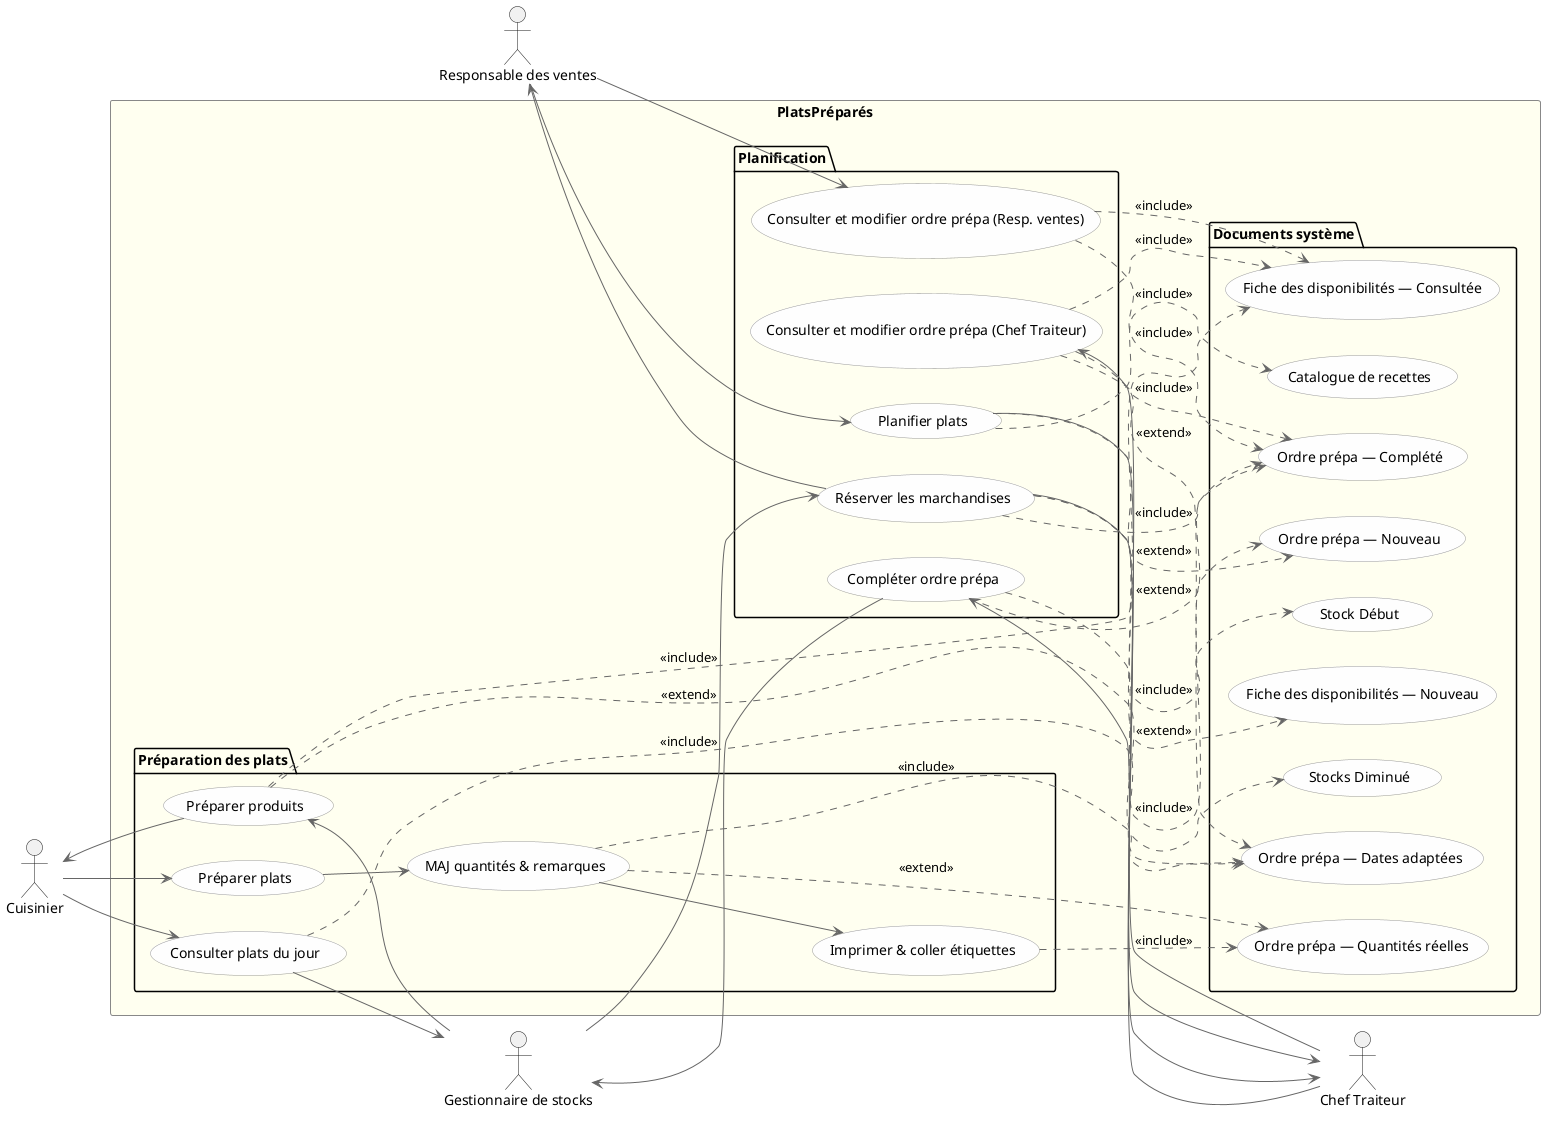
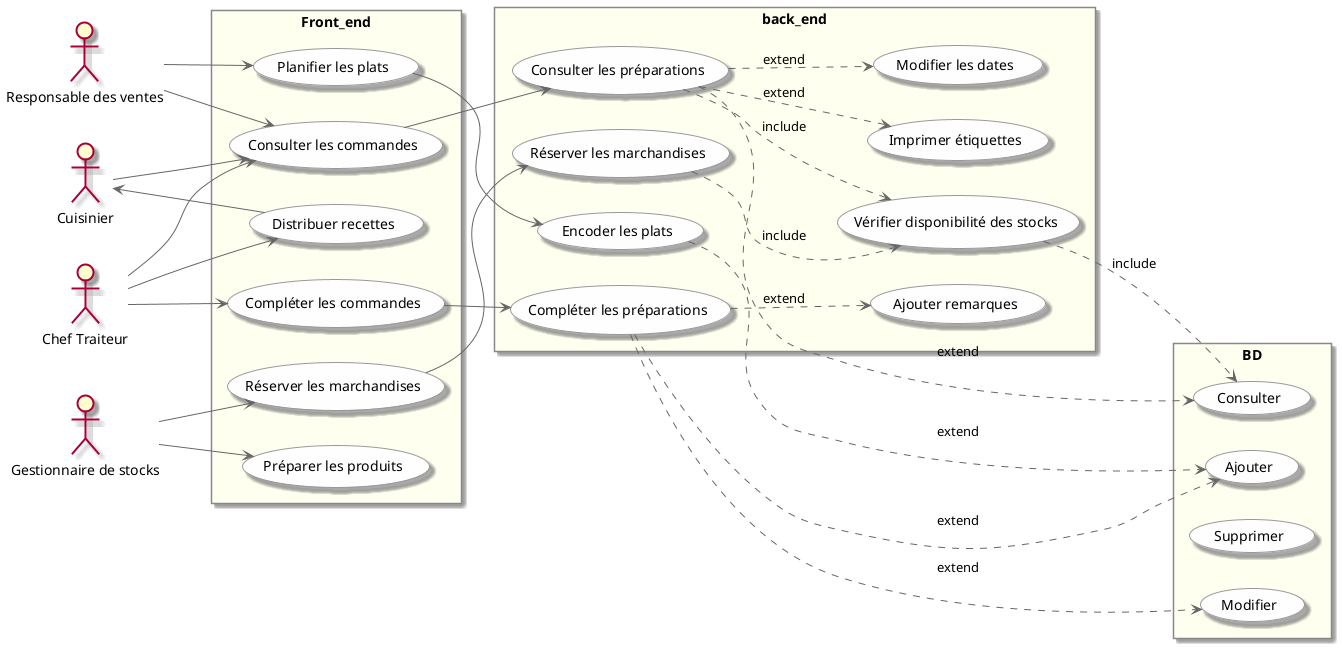
@startuml
- skinparam skin rose
+ skin rose
skinparam usecase {
  BackgroundColor #FEFEFE
  BorderColor #999999
  ArrowColor #666666
  ActorBorderColor #555555
}
skinparam rectangle {
  BorderColor #888888
  BackgroundColor #FFFFF0
}

left to right direction

- ' ─────────────────────────────────────────
- ' Acteurs
- ' ─────────────────────────────────────────
+ 
actor "Responsable des ventes"  as RV
actor "Chef Traiteur"           as CT
actor "Gestionnaire de stocks"  as GS
actor "Cuisinier"               as CU

- ' ─────────────────────────────────────────
- rectangle PlatsPréparés {

-   ' ── Sous-processus 1 : Planification ──
-   package "Planification" {
-     usecase "Planifier plats"                                    as U1
-     usecase "Compléter ordre prépa"                              as U2
-     usecase "Réserver les marchandises"                          as U3
-     usecase "Consulter et modifier ordre prépa (Chef Traiteur)"  as U4
-     usecase "Consulter et modifier ordre prépa (Resp. ventes)"   as U5
-   }
+ rectangle Front_end {
+ (Planifier les plats) as PP
+ (Préparer les produits) as PP2
+ (Consulter les commandes) as CC
+ (Compléter les commandes) as CC2
+ (Réserver les marchandises) as RM
+ (Distribuer recettes) as DR

-   ' ── Sous-processus 2 : Préparation ──
-   package "Préparation des plats" {
-     usecase "Consulter plats du jour"          as V1
-     usecase "Préparer produits"                as V2
-     usecase "Préparer plats"                   as V3
-     usecase "MAJ quantités & remarques"        as V4
-     usecase "Imprimer & coller étiquettes"     as V5
-   }

-   ' ── Documents système (artifacts) ──
-   package "Documents système" {
-     usecase "Catalogue de recettes"            as D1
-     usecase "Ordre prépa — Nouveau"            as D2
-     usecase "Ordre prépa — Complété"           as D3
-     usecase "Ordre prépa — Dates adaptées"     as D4
-     usecase "Ordre prépa — Quantités réelles"  as D5
-     usecase "Stock Début"                      as D6
-     usecase "Fiche des disponibilités — Nouveau"   as D7
-     usecase "Fiche des disponibilités — Consultée" as D8
-     usecase "Stocks Diminué"                   as D9
-   }
+ RV --> PP
+ RV --> CC
+ CT --> CC
+ CT --> DR
+ GS --> RM
+ GS --> PP2
+ CT --> CC2
+ DR --> CU
+ CU --> CC
+ }

-   ' ─────────────────────────────────────
-   ' Relations acteurs → use cases
-   ' ─────────────────────────────────────
-   RV --> U1
-   U1 --> CT
-   CT --> U2
-   U2 --> GS
-   GS --> U3
-   U3 --> CT
-   U3 --> RV
-   CT --> U4
-   RV --> U5
+ rectangle back_end {
+ (Encoder les plats) as EP
+ (Consulter les préparations) as CP
+ (Compléter les préparations) as CP2
+ (Réserver les marchandises) as RM2
+ (Vérifier disponibilité des stocks) as VDS
+ (Modifier les dates) as MD
+ (Ajouter remarques) as AR
+ (Imprimer étiquettes) as IE
+ PP --> EP
+ CC --> CP
+ CC2 --> CP2
+ RM --> RM2
+ RM2 ..> VDS : include
+ CP ..> MD : extend
+ CP ..> VDS : include
+ CP2 ..> AR : extend
+ CP ..> IE : extend
+ }

-   CU --> V1
-   V1 --> GS
-   GS --> V2
-   V2 --> CU
-   CU --> V3
-   V3 --> V4
-   V4 --> V5
- 
-   ' ─────────────────────────────────────
-   ' Relations include / extend
-   ' ─────────────────────────────────────
-   ' Planification
-   U1 ..> D1 : <<include>>
-   U1 ..> D2 : <<extend>>
-   U2 ..> D2 : <<include>>
-   U2 ..> D3 : <<extend>>
-   U3 ..> D6 : <<include>>
-   U3 ..> D7 : <<extend>>
-   U3 ..> D3 : <<include>>
-   U4 ..> D3 : <<include>>
-   U4 ..> D8 : <<include>>
-   U4 ..> D4 : <<extend>>
-   U5 ..> D8 : <<include>>
-   U5 ..> D3 : <<include>>
- 
-   ' Préparation
-   V1 ..> D4 : <<include>>
-   V2 ..> D8 : <<include>>
-   V2 ..> D9 : <<extend>>
-   V4 ..> D4 : <<include>>
-   V4 ..> D5 : <<extend>>
-   V5 ..> D5 : <<include>>
+ rectangle BD {
+ (Ajouter) as A
+ (Modifier) as M
+ (Supprimer) as S
+ (Consulter) as C
+ EP ..> A : extend
+ CP ..> C : extend
+ CP2 ..> A : extend
+ CP2 ..> M : extend
+ VDS ..> C : include
}

@enduml